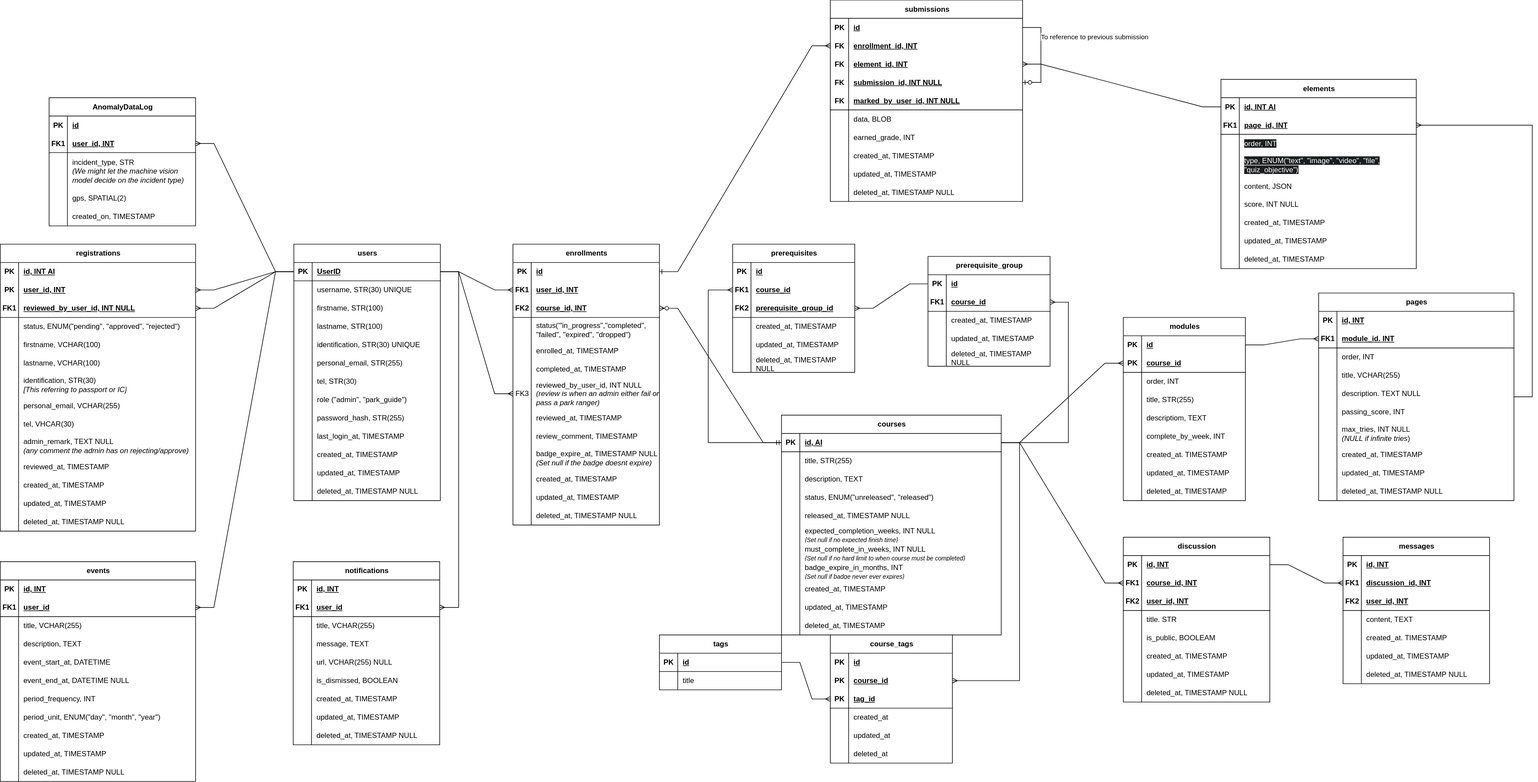
Before: docs/ERD.drawio.svg, a diagram exported from draw.io (Suerfine/COS30049-CTIP). Source tidied: cells renumbered, new cells last; positions are measured from the earlier drawing's top-left corner, leaving out a move shared by most shapes.
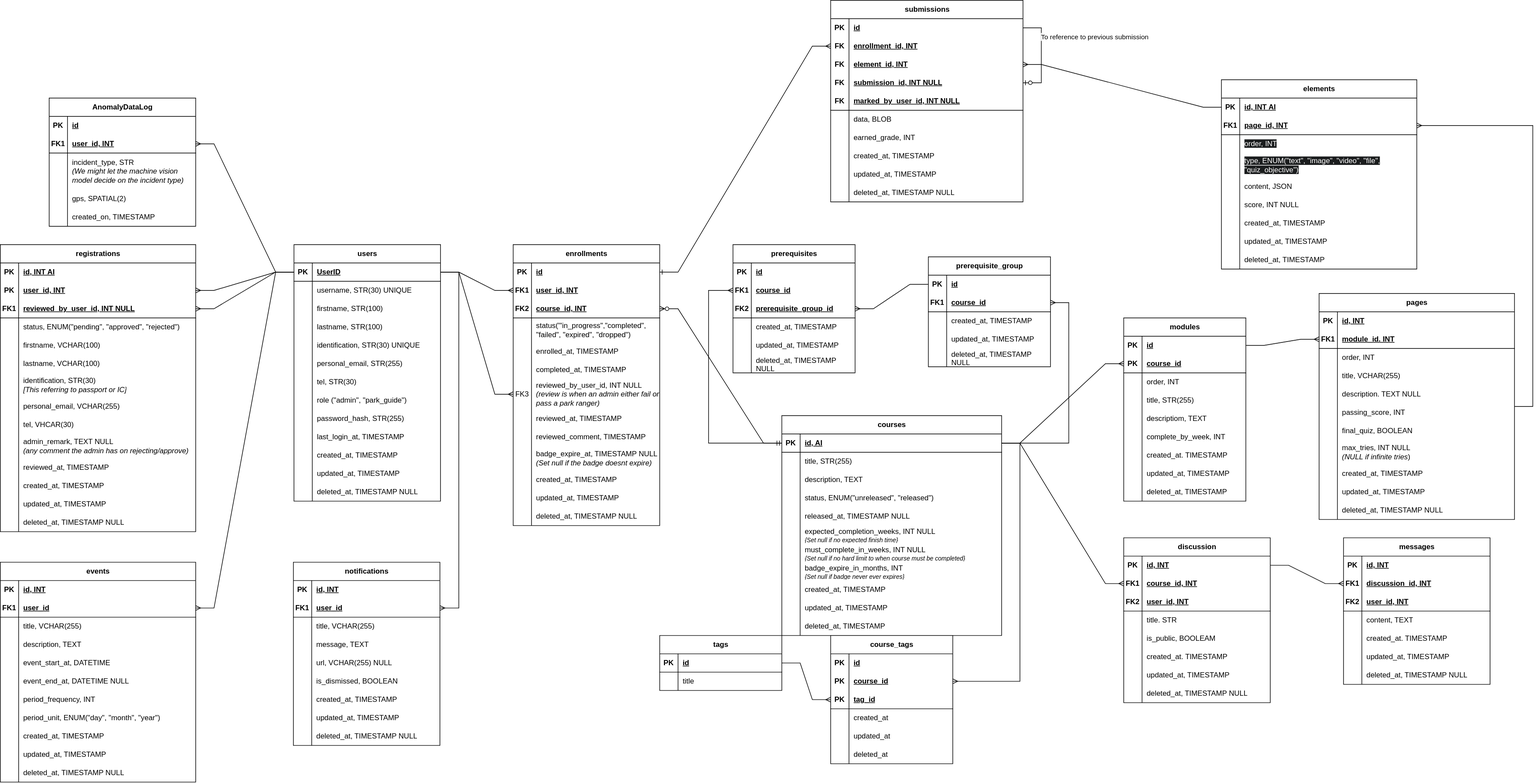
After the change.

The edit, as a diff of the source:
```diff
@@ -312,7 +312,7 @@
       <mxGeometry relative="1" as="geometry" />
     </mxCell>
     <mxCell id="105" value="pages" style="shape=table;startSize=30;rowLines=0;fontStyle=1;align=center;html=1;" parent="1" vertex="1">
-      <mxGeometry x="2160" y="480" width="320" height="340" as="geometry" />
+      <mxGeometry x="2160" y="480" width="320" height="370" as="geometry" />
     </mxCell>
     <mxCell id="106" style="shape=tableRow;horizontal=0;startSize=0;swimlaneHead=0;swimlaneBody=0;fillColor=none;top=0;left=0;right=0;bottom=0;" parent="105" vertex="1">
       <mxGeometry y="30" width="320" height="30" as="geometry" />
@@ -368,8 +368,17 @@
     <mxCell id="123" value="passing_score, INT" style="shape=partialRectangle;fillColor=none;top=0;left=0;bottom=0;right=0;align=left;spacingLeft=6;overflow=hidden;whiteSpace=wrap;html=1;" parent="121" vertex="1">
       <mxGeometry x="30" width="290" height="30" as="geometry" />
     </mxCell>
+    <mxCell id="485" style="shape=tableRow;horizontal=0;startSize=0;swimlaneHead=0;swimlaneBody=0;fillColor=none;top=0;left=0;right=0;bottom=0;" parent="105" vertex="1">
+      <mxGeometry y="210" width="320" height="30" as="geometry" />
+    </mxCell>
+    <mxCell id="486" style="shape=partialRectangle;fillColor=none;top=0;left=0;bottom=0;right=0;overflow=hidden;whiteSpace=wrap;html=1;" parent="485" vertex="1">
+      <mxGeometry width="30" height="30" as="geometry" />
+    </mxCell>
+    <mxCell id="487" value="final_quiz, BOOLEAN" style="shape=partialRectangle;fillColor=none;top=0;left=0;bottom=0;right=0;align=left;spacingLeft=6;overflow=hidden;whiteSpace=wrap;html=1;" parent="485" vertex="1">
+      <mxGeometry x="30" width="290" height="30" as="geometry" />
+    </mxCell>
     <mxCell id="124" style="shape=tableRow;horizontal=0;startSize=0;swimlaneHead=0;swimlaneBody=0;fillColor=none;top=0;left=0;right=0;bottom=0;" parent="105" vertex="1">
-      <mxGeometry y="210" width="320" height="40" as="geometry" />
+      <mxGeometry y="240" width="320" height="40" as="geometry" />
     </mxCell>
     <mxCell id="125" style="shape=partialRectangle;fillColor=none;top=0;left=0;bottom=0;right=0;overflow=hidden;whiteSpace=wrap;html=1;" parent="124" vertex="1">
       <mxGeometry width="30" height="40" as="geometry" />
@@ -378,7 +387,7 @@
       <mxGeometry x="30" width="290" height="40" as="geometry" />
     </mxCell>
     <mxCell id="127" style="shape=tableRow;horizontal=0;startSize=0;swimlaneHead=0;swimlaneBody=0;fillColor=none;top=0;left=0;right=0;bottom=0;" parent="105" vertex="1">
-      <mxGeometry y="250" width="320" height="30" as="geometry" />
+      <mxGeometry y="280" width="320" height="30" as="geometry" />
     </mxCell>
     <mxCell id="128" style="shape=partialRectangle;fillColor=none;top=0;left=0;bottom=0;right=0;overflow=hidden;whiteSpace=wrap;html=1;" parent="127" vertex="1">
       <mxGeometry width="30" height="30" as="geometry" />
@@ -387,7 +396,7 @@
       <mxGeometry x="30" width="290" height="30" as="geometry" />
     </mxCell>
     <mxCell id="130" style="shape=tableRow;horizontal=0;startSize=0;swimlaneHead=0;swimlaneBody=0;fillColor=none;top=0;left=0;right=0;bottom=0;" parent="105" vertex="1">
-      <mxGeometry y="280" width="320" height="30" as="geometry" />
+      <mxGeometry y="310" width="320" height="30" as="geometry" />
     </mxCell>
     <mxCell id="131" style="shape=partialRectangle;fillColor=none;top=0;left=0;bottom=0;right=0;overflow=hidden;whiteSpace=wrap;html=1;" parent="130" vertex="1">
       <mxGeometry width="30" height="30" as="geometry" />
@@ -396,7 +405,7 @@
       <mxGeometry x="30" width="290" height="30" as="geometry" />
     </mxCell>
     <mxCell id="133" style="shape=tableRow;horizontal=0;startSize=0;swimlaneHead=0;swimlaneBody=0;fillColor=none;top=0;left=0;right=0;bottom=0;" parent="105" vertex="1">
-      <mxGeometry y="310" width="320" height="30" as="geometry" />
+      <mxGeometry y="340" width="320" height="30" as="geometry" />
     </mxCell>
     <mxCell id="134" style="shape=partialRectangle;fillColor=none;top=0;left=0;bottom=0;right=0;overflow=hidden;whiteSpace=wrap;html=1;" parent="133" vertex="1">
       <mxGeometry width="30" height="30" as="geometry" />
@@ -488,7 +497,7 @@
     <mxCell id="163" style="shape=partialRectangle;fillColor=none;top=0;left=0;bottom=0;right=0;overflow=hidden;whiteSpace=wrap;html=1;" parent="162" vertex="1">
       <mxGeometry width="30" height="30" as="geometry" />
     </mxCell>
-    <mxCell id="164" value="review_comment, TIMESTAMP" style="shape=partialRectangle;fillColor=none;top=0;left=0;bottom=0;right=0;align=left;spacingLeft=6;overflow=hidden;whiteSpace=wrap;html=1;" parent="162" vertex="1">
+    <mxCell id="164" value="reviewed_comment, TIMESTAMP" style="shape=partialRectangle;fillColor=none;top=0;left=0;bottom=0;right=0;align=left;spacingLeft=6;overflow=hidden;whiteSpace=wrap;html=1;" parent="162" vertex="1">
       <mxGeometry x="30" width="210" height="30" as="geometry" />
     </mxCell>
     <mxCell id="165" style="shape=tableRow;horizontal=0;startSize=0;swimlaneHead=0;swimlaneBody=0;fillColor=none;top=0;left=0;right=0;bottom=0;" parent="137" vertex="1">
```
